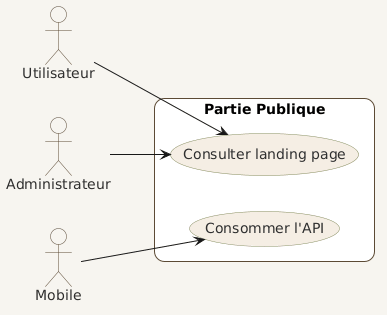
Above: Analyse/Idéation/images_use_case/cas_utilisation_globale_partie_public.png in yasmineh-d/SmartDress (PlantUML), before the change.
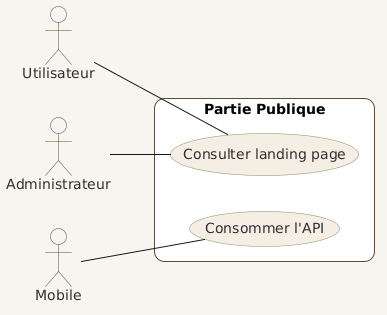
The same file after the commit.

Diff of the diagram source:
```diff
@@ -5,11 +5,11 @@
 skinparam packageStyle rectangle
 skinparam shadowing false
 
+
 skinparam actor {
     BorderColor #5C4A35
     FontColor #2F2F2F
 }
-
 skinparam usecase {
     BackgroundColor #F5EEE4
     BorderColor #889063
@@ -34,7 +34,7 @@
 
 }
 
-Utilisateur --> UC1
-Administrateur --> UC1
-Mobile --> UC2
+Utilisateur -- UC1
+Administrateur -- UC1
+Mobile -- UC2
 @enduml
```
